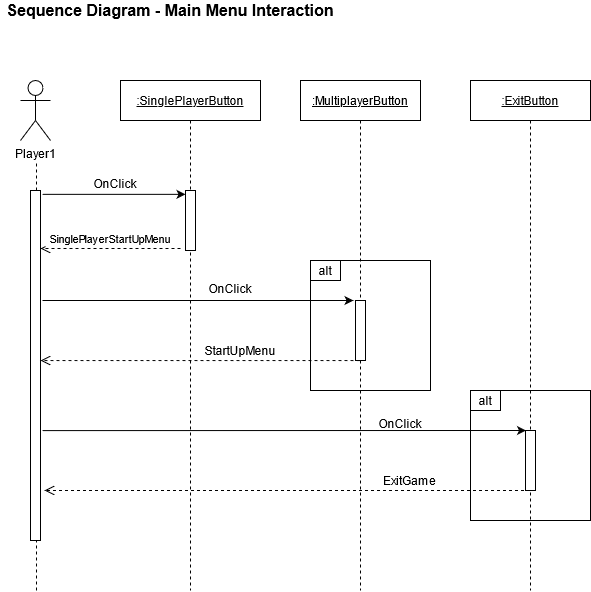
The draw.io diagram PA3/Diagrams/SequenceDiagram1.png in jeremiahbaclig/Software-Engineering, before a commit. Source tidied: cells renumbered, new cells last; positions are measured from the earlier drawing's top-left corner, leaving out a move shared by most shapes.
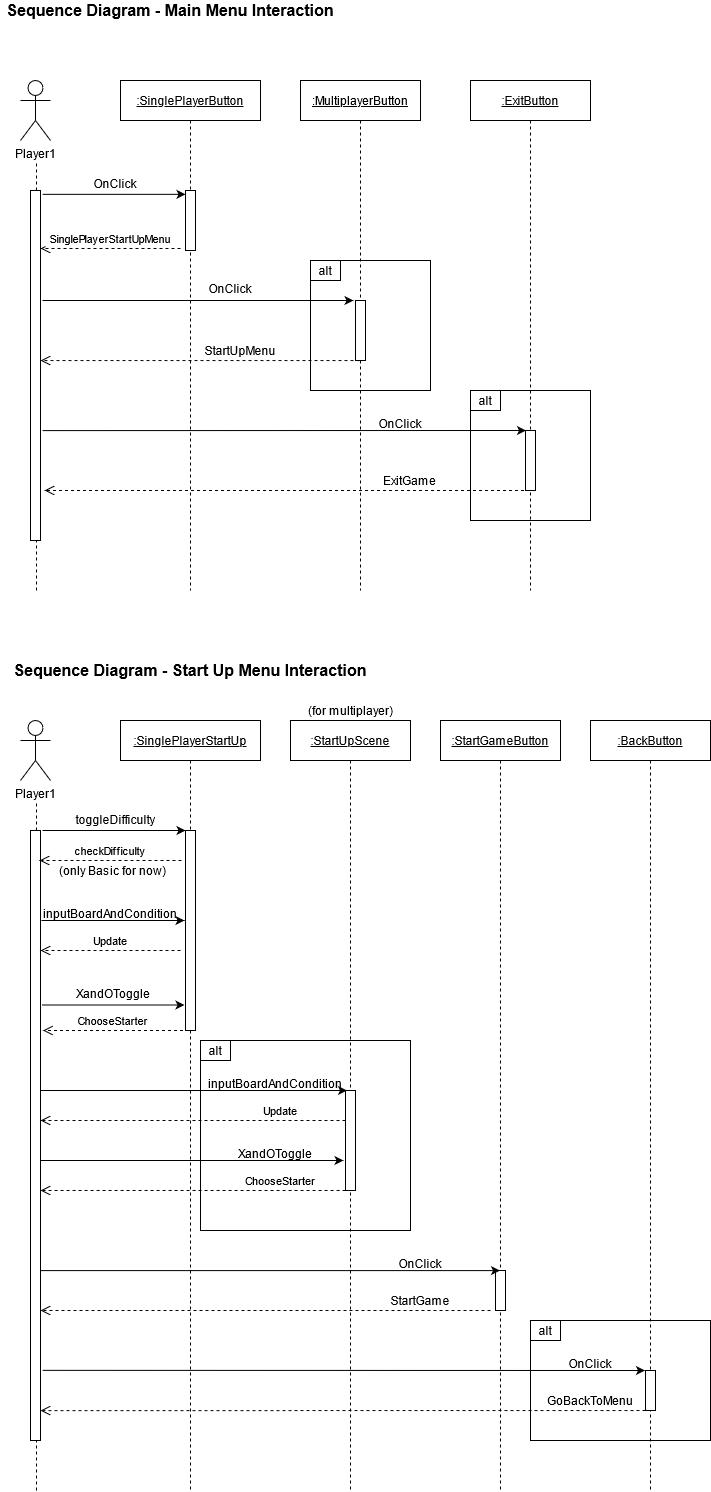
Later version of the same file.

Commit message:
continued working on sequence diagrams

Diff of the diagram source:
```diff
@@ -2,6 +2,12 @@
   <root>
     <mxCell id="0" />
     <mxCell id="1" parent="0" />
+    <mxCell id="26" style="rounded=0;whiteSpace=wrap;html=1;" parent="1" vertex="1">
+      <mxGeometry x="530" y="1320" width="180" height="120" as="geometry" />
+    </mxCell>
+    <mxCell id="27" style="rounded=0;whiteSpace=wrap;html=1;" parent="1" vertex="1">
+      <mxGeometry x="200" y="1040" width="210" height="190" as="geometry" />
+    </mxCell>
     <mxCell id="2" style="rounded=0;whiteSpace=wrap;html=1;" parent="1" vertex="1">
       <mxGeometry x="470" y="390" width="120" height="130" as="geometry" />
     </mxCell>
@@ -89,5 +95,162 @@
         <mxPoint x="529.5" y="490" as="sourcePoint" />
       </mxGeometry>
     </mxCell>
+    <mxCell id="28" value="&lt;font style=&quot;font-size: 16px&quot;&gt;&lt;b&gt;Sequence Diagram - Start Up Menu Interaction&lt;/b&gt;&lt;/font&gt;" style="text;html=1;strokeColor=none;fillColor=none;align=center;verticalAlign=middle;whiteSpace=wrap;rounded=0;" parent="1" vertex="1">
+      <mxGeometry y="660" width="380" height="20" as="geometry" />
+    </mxCell>
+    <mxCell id="29" value="&lt;div&gt;Player1&lt;/div&gt;&lt;div&gt;&lt;br&gt;&lt;/div&gt;" style="shape=umlActor;verticalLabelPosition=bottom;verticalAlign=top;html=1;" parent="1" vertex="1">
+      <mxGeometry x="20" y="720" width="30" height="60" as="geometry" />
+    </mxCell>
+    <mxCell id="30" style="endArrow=none;dashed=1;html=1;" parent="1" edge="1" source="31">
+      <mxGeometry relative="1" as="geometry">
+        <mxPoint x="36" y="800" as="targetPoint" />
+      </mxGeometry>
+    </mxCell>
+    <mxCell id="31" style="points=[];perimeter=orthogonalPerimeter;rounded=0;shadow=0;strokeWidth=1;" parent="1" vertex="1">
+      <mxGeometry x="30" y="830" width="10" height="610" as="geometry" />
+    </mxCell>
+    <mxCell id="32" style="endArrow=none;dashed=1;html=1;" parent="1" edge="1" target="31">
+      <mxGeometry relative="1" as="geometry">
+        <mxPoint x="36" y="1490" as="sourcePoint" />
+      </mxGeometry>
+    </mxCell>
+    <mxCell id="33" style="perimeter=orthogonalPerimeter;rounded=0;shadow=0;strokeWidth=1;" parent="1" vertex="1">
+      <mxGeometry x="185" y="190" width="10" height="60" as="geometry" />
+    </mxCell>
+    <mxCell id="34" value=":SinglePlayerStartUp" style="shape=umlLifeline;perimeter=lifelinePerimeter;rounded=0;shadow=0;strokeWidth=1;fontStyle=4;" parent="1" vertex="1">
+      <mxGeometry x="120" y="720" width="140" height="770" as="geometry" />
+    </mxCell>
+    <mxCell id="35" style="perimeter=orthogonalPerimeter;rounded=0;shadow=0;strokeWidth=1;" parent="34" vertex="1">
+      <mxGeometry x="65" y="110" width="10" height="200" as="geometry" />
+    </mxCell>
+    <mxCell id="36" value=":StartUpScene" style="shape=umlLifeline;perimeter=lifelinePerimeter;rounded=0;shadow=0;strokeWidth=1;size=40;fontStyle=4;" parent="1" vertex="1">
+      <mxGeometry x="290" y="720" width="120" height="770" as="geometry" />
+    </mxCell>
+    <mxCell id="37" style="perimeter=orthogonalPerimeter;rounded=0;shadow=0;strokeWidth=1;" parent="36" vertex="1">
+      <mxGeometry x="55" y="370" width="10" height="100" as="geometry" />
+    </mxCell>
+    <mxCell id="38" value=":StartGameButton" style="shape=umlLifeline;perimeter=lifelinePerimeter;rounded=0;shadow=0;strokeWidth=1;size=40;fontStyle=4;" parent="1" vertex="1">
+      <mxGeometry x="440" y="720" width="120" height="770" as="geometry" />
+    </mxCell>
+    <mxCell id="39" style="perimeter=orthogonalPerimeter;rounded=0;shadow=0;strokeWidth=1;" parent="38" vertex="1">
+      <mxGeometry x="55" y="550" width="10" height="40" as="geometry" />
+    </mxCell>
+    <mxCell id="40" value=":BackButton" style="shape=umlLifeline;perimeter=lifelinePerimeter;rounded=0;shadow=0;strokeWidth=1;size=40;fontStyle=4;" parent="1" vertex="1">
+      <mxGeometry x="590" y="720" width="120" height="770" as="geometry" />
+    </mxCell>
+    <mxCell id="41" style="perimeter=orthogonalPerimeter;rounded=0;shadow=0;strokeWidth=1;" parent="40" vertex="1">
+      <mxGeometry x="55" y="650" width="10" height="40" as="geometry" />
+    </mxCell>
+    <mxCell id="42" style="endArrow=classic;html=1;exitX=1.2;exitY=0.011;exitDx=0;exitDy=0;exitPerimeter=0;" parent="1" edge="1">
+      <mxGeometry relative="1" as="geometry">
+        <mxPoint x="42" y="830" as="sourcePoint" />
+        <mxPoint x="185" y="830" as="targetPoint" />
+      </mxGeometry>
+    </mxCell>
+    <mxCell id="43" value="checkDifficulty" style="verticalAlign=bottom;endArrow=open;dashed=1;endSize=8;shadow=0;strokeWidth=1;" parent="1" edge="1">
+      <mxGeometry relative="1" as="geometry">
+        <mxPoint x="181" y="860" as="sourcePoint" />
+        <mxPoint x="39" y="860" as="targetPoint" />
+      </mxGeometry>
+    </mxCell>
+    <mxCell id="44" value="(for multiplayer)" style="text;html=1;strokeColor=none;fillColor=none;align=center;verticalAlign=middle;whiteSpace=wrap;rounded=0;" parent="1" vertex="1">
+      <mxGeometry x="302.5" y="700" width="95" height="20" as="geometry" />
+    </mxCell>
+    <mxCell id="45" style="endArrow=classic;html=1;exitX=1.2;exitY=0.011;exitDx=0;exitDy=0;exitPerimeter=0;" parent="1" edge="1">
+      <mxGeometry relative="1" as="geometry">
+        <mxPoint x="41" y="920" as="sourcePoint" />
+        <mxPoint x="184" y="920" as="targetPoint" />
+      </mxGeometry>
+    </mxCell>
+    <mxCell id="46" value="toggleDifficulty" style="text;whiteSpace=wrap;html=1;align=center;" parent="1" vertex="1">
+      <mxGeometry x="70" y="806" width="90" height="24" as="geometry" />
+    </mxCell>
+    <mxCell id="47" value="(only Basic for now)" style="text;html=1;strokeColor=none;fillColor=none;align=center;verticalAlign=middle;whiteSpace=wrap;rounded=0;" parent="1" vertex="1">
+      <mxGeometry x="50" y="860" width="125" height="20" as="geometry" />
+    </mxCell>
+    <mxCell id="48" value="inputBoardAndCondition" style="text;whiteSpace=wrap;html=1;align=center;" parent="1" vertex="1">
+      <mxGeometry x="35" y="900" width="150" height="30" as="geometry" />
+    </mxCell>
+    <mxCell id="49" value="Update" style="verticalAlign=bottom;endArrow=open;dashed=1;endSize=8;shadow=0;strokeWidth=1;" parent="1" edge="1">
+      <mxGeometry relative="1" as="geometry">
+        <mxPoint x="180" y="950" as="sourcePoint" />
+        <mxPoint x="40" y="950" as="targetPoint" />
+      </mxGeometry>
+    </mxCell>
+    <mxCell id="50" style="endArrow=classic;html=1;exitX=1.2;exitY=0.011;exitDx=0;exitDy=0;exitPerimeter=0;" parent="1" edge="1">
+      <mxGeometry relative="1" as="geometry">
+        <mxPoint x="41" y="1004.5" as="sourcePoint" />
+        <mxPoint x="184" y="1004.5" as="targetPoint" />
+      </mxGeometry>
+    </mxCell>
+    <mxCell id="51" value="XandOToggle" style="text;whiteSpace=wrap;html=1;align=center;" parent="1" vertex="1">
+      <mxGeometry x="70.6" y="980" width="83.8" height="20" as="geometry" />
+    </mxCell>
+    <mxCell id="52" value="ChooseStarter" style="verticalAlign=bottom;endArrow=open;dashed=1;endSize=8;shadow=0;strokeWidth=1;" parent="1" edge="1">
+      <mxGeometry relative="1" as="geometry">
+        <mxPoint x="182.5" y="1030" as="sourcePoint" />
+        <mxPoint x="42.5" y="1030" as="targetPoint" />
+      </mxGeometry>
+    </mxCell>
+    <mxCell id="53" value="inputBoardAndCondition" style="text;whiteSpace=wrap;html=1;align=center;" parent="1" vertex="1">
+      <mxGeometry x="200" y="1070" width="150" height="20" as="geometry" />
+    </mxCell>
+    <mxCell id="54" value="alt" style="rounded=0;whiteSpace=wrap;html=1;" parent="1" vertex="1">
+      <mxGeometry x="200" y="1040" width="30" height="20" as="geometry" />
+    </mxCell>
+    <mxCell id="55" style="endArrow=classic;html=1;" parent="1" edge="1" source="31">
+      <mxGeometry relative="1" as="geometry">
+        <mxPoint x="346.5" y="1090" as="targetPoint" />
+      </mxGeometry>
+    </mxCell>
+    <mxCell id="56" value="Update" style="verticalAlign=bottom;endArrow=open;dashed=1;endSize=8;shadow=0;strokeWidth=1;" parent="1" edge="1" target="31">
+      <mxGeometry x="-0.57" relative="1" as="geometry">
+        <mxPoint x="345" y="1120" as="sourcePoint" />
+      </mxGeometry>
+    </mxCell>
+    <mxCell id="57" value="XandOToggle" style="text;whiteSpace=wrap;html=1;align=center;" parent="1" vertex="1">
+      <mxGeometry x="233.1" y="1140" width="83.8" height="20" as="geometry" />
+    </mxCell>
+    <mxCell id="58" style="endArrow=classic;html=1;" parent="1" edge="1">
+      <mxGeometry relative="1" as="geometry">
+        <mxPoint x="40" y="1160" as="sourcePoint" />
+        <mxPoint x="343" y="1160" as="targetPoint" />
+      </mxGeometry>
+    </mxCell>
+    <mxCell id="59" value="ChooseStarter" style="verticalAlign=bottom;endArrow=open;dashed=1;endSize=8;shadow=0;strokeWidth=1;" parent="1" edge="1" target="31">
+      <mxGeometry x="-0.57" relative="1" as="geometry">
+        <mxPoint x="345" y="1190" as="sourcePoint" />
+      </mxGeometry>
+    </mxCell>
+    <mxCell id="60" style="endArrow=classic;html=1;exitX=1.2;exitY=0.686;exitDx=0;exitDy=0;exitPerimeter=0;" parent="1" edge="1" target="38">
+      <mxGeometry relative="1" as="geometry">
+        <mxPoint x="40" y="1270.1" as="sourcePoint" />
+      </mxGeometry>
+    </mxCell>
+    <mxCell id="61" value="&lt;div align=&quot;center&quot;&gt;OnClick&lt;/div&gt;" style="text;whiteSpace=wrap;html=1;align=center;" parent="1" vertex="1">
+      <mxGeometry x="390" y="1250" width="60" height="30" as="geometry" />
+    </mxCell>
+    <mxCell id="62" value="StartGame" style="verticalAlign=bottom;endArrow=open;dashed=1;endSize=8;shadow=0;strokeWidth=1;entryX=1.4;entryY=0.857;entryDx=0;entryDy=0;entryPerimeter=0;fontSize=12;" parent="1" edge="1">
+      <mxGeometry x="-0.69" relative="1" as="geometry">
+        <mxPoint x="490" y="1310" as="sourcePoint" />
+        <mxPoint x="40" y="1310" as="targetPoint" />
+      </mxGeometry>
+    </mxCell>
+    <mxCell id="63" value="alt" style="rounded=0;whiteSpace=wrap;html=1;" parent="1" vertex="1">
+      <mxGeometry x="530" y="1320" width="30" height="20" as="geometry" />
+    </mxCell>
+    <mxCell id="64" style="endArrow=classic;html=1;exitX=1.2;exitY=0.885;exitDx=0;exitDy=0;exitPerimeter=0;" parent="1" edge="1" source="31">
+      <mxGeometry relative="1" as="geometry">
+        <mxPoint x="644.5" y="1370" as="targetPoint" />
+      </mxGeometry>
+    </mxCell>
+    <mxCell id="65" value="&lt;div align=&quot;center&quot;&gt;OnClick&lt;/div&gt;" style="text;whiteSpace=wrap;html=1;align=center;" parent="1" vertex="1">
+      <mxGeometry x="560" y="1350" width="60" height="30" as="geometry" />
+    </mxCell>
+    <mxCell id="66" value="GoBackToMenu" style="verticalAlign=bottom;endArrow=open;dashed=1;endSize=8;shadow=0;strokeWidth=1;entryX=1;entryY=0.951;entryDx=0;entryDy=0;entryPerimeter=0;fontSize=12;" parent="1" edge="1" target="31">
+      <mxGeometry x="-0.82" relative="1" as="geometry">
+        <mxPoint x="645" y="1410" as="sourcePoint" />
+      </mxGeometry>
+    </mxCell>
   </root>
 </mxGraphModel>
```
